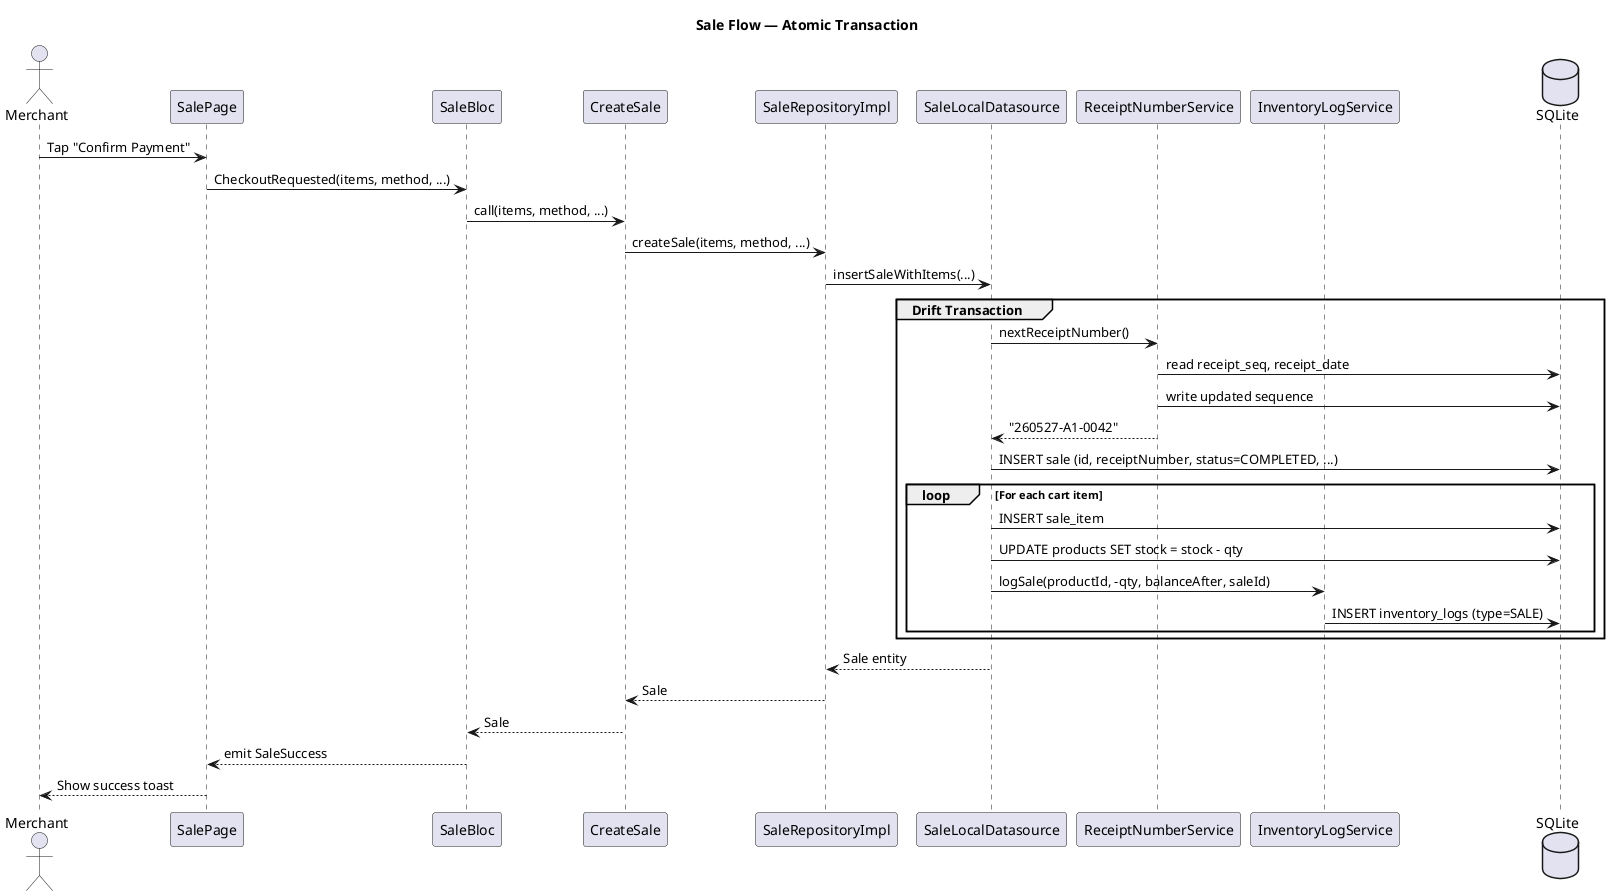
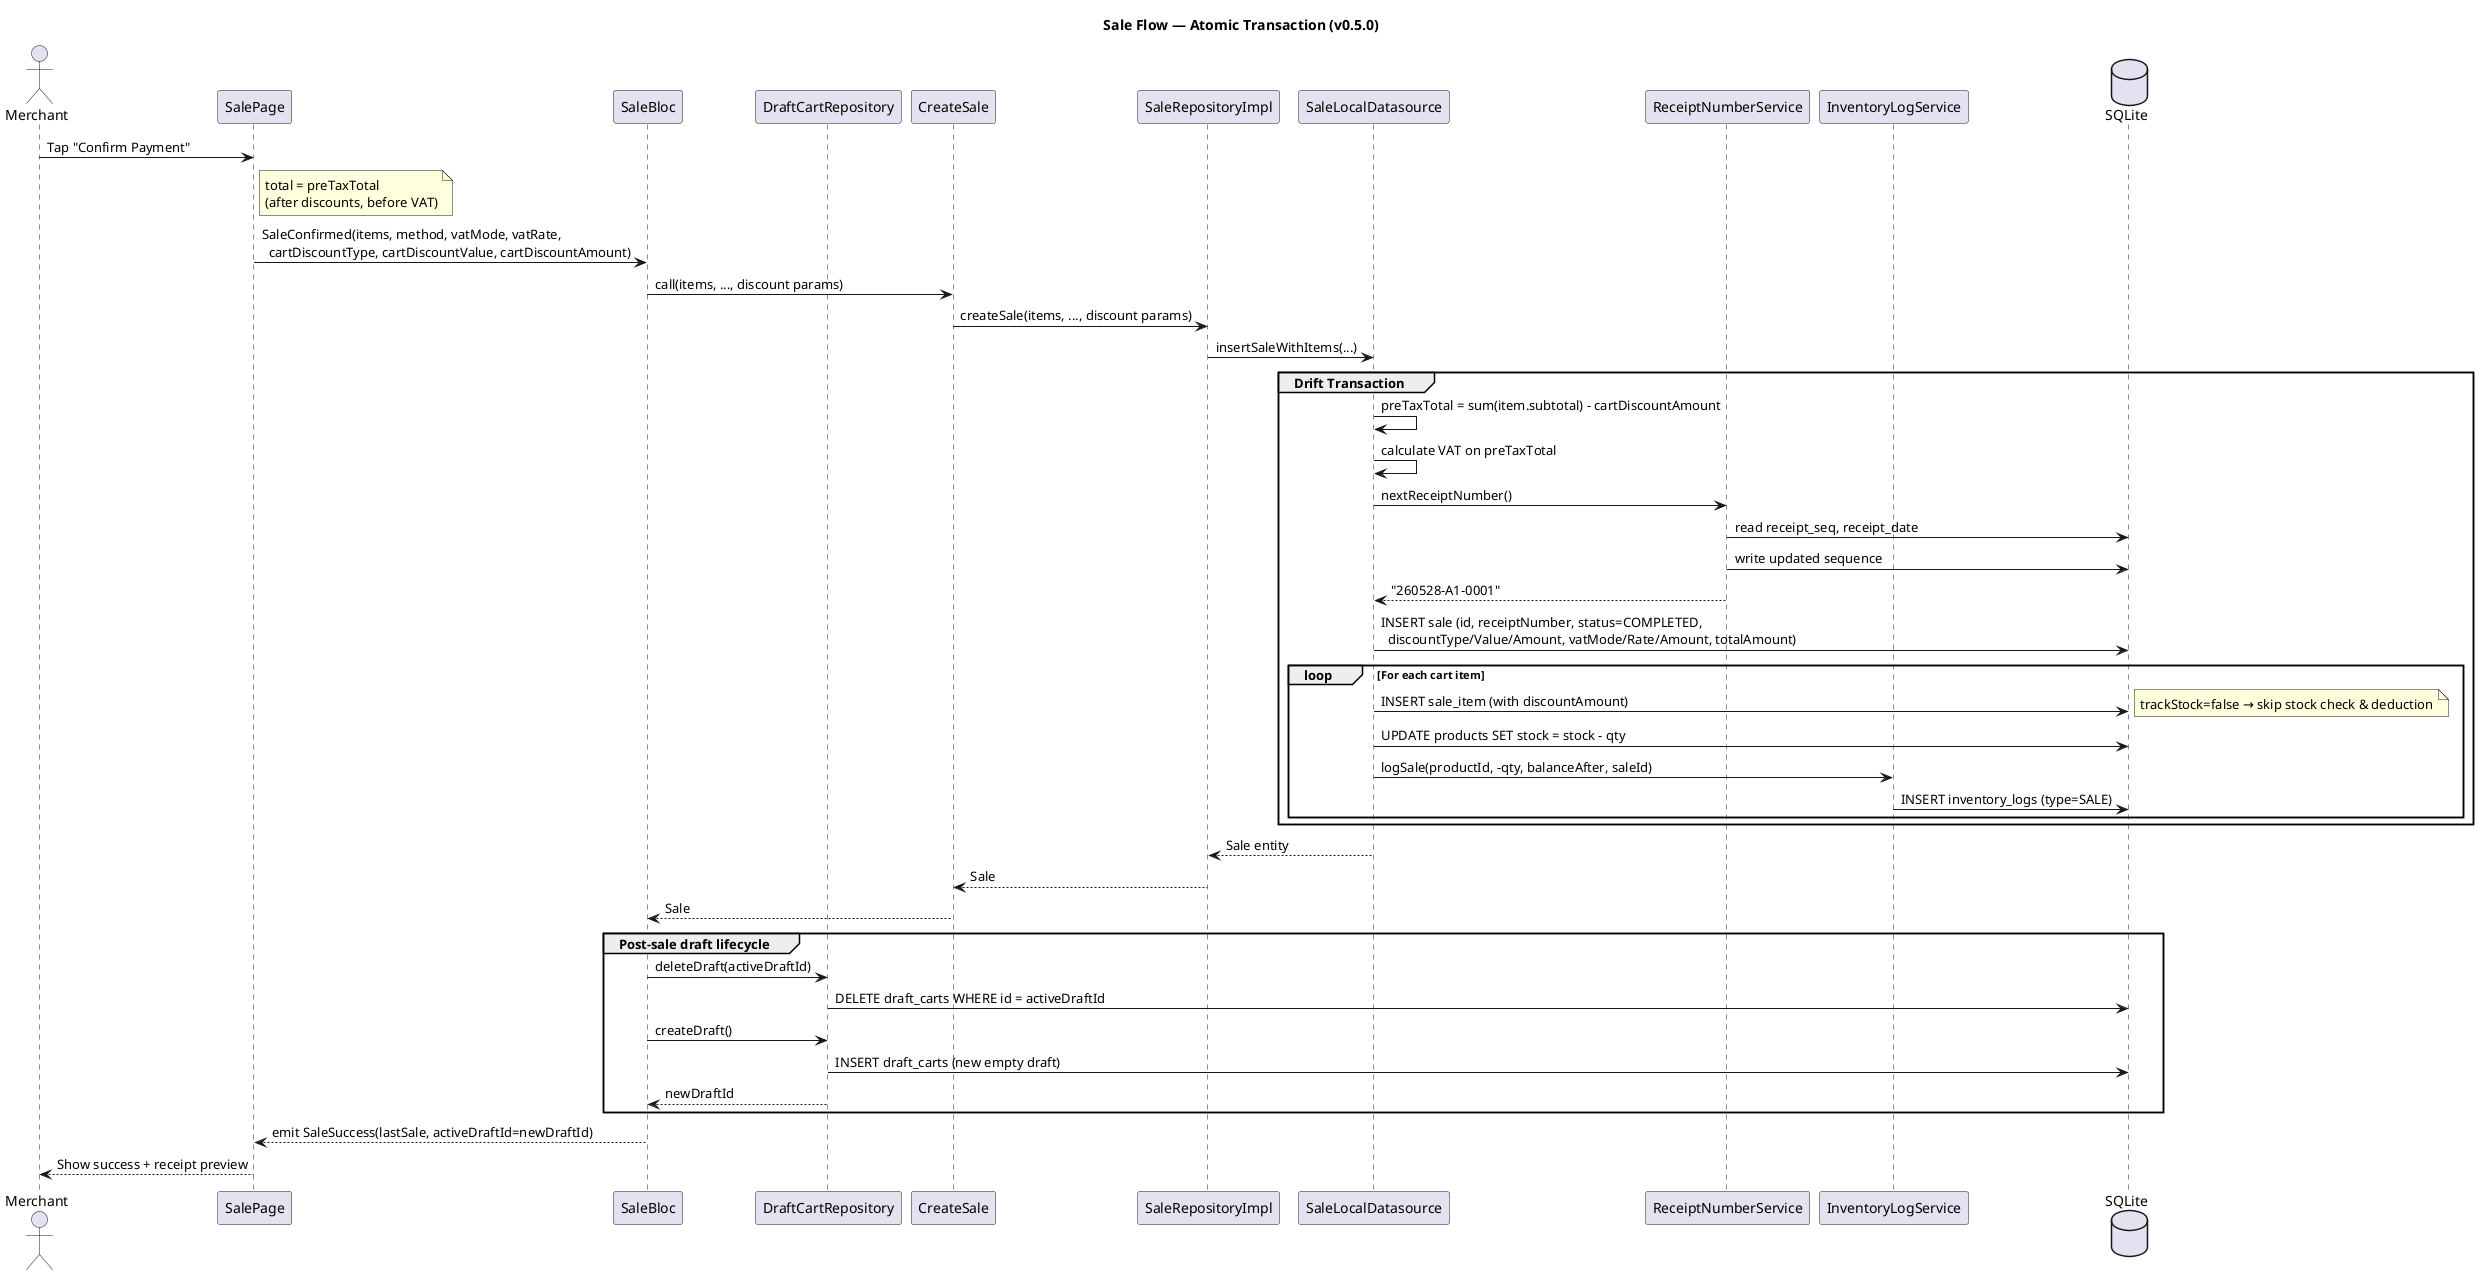
@startuml Sequence_Sale
- title Sale Flow — Atomic Transaction
+ title Sale Flow — Atomic Transaction (v0.5.0)

actor Merchant
participant "SalePage" as UI
participant "SaleBloc" as Bloc
+ participant "DraftCartRepository" as DraftRepo
participant "CreateSale" as UC
participant "SaleRepositoryImpl" as Repo
participant "SaleLocalDatasource" as DS
participant "ReceiptNumberService" as RNS
participant "InventoryLogService" as ILS
database "SQLite" as DB

Merchant -> UI: Tap "Confirm Payment"
- UI -> Bloc: CheckoutRequested(items, method, ...)
- Bloc -> UC: call(items, method, ...)
- UC -> Repo: createSale(items, method, ...)
+ note right of UI: total = preTaxTotal\n(after discounts, before VAT)
+ UI -> Bloc: SaleConfirmed(items, method, vatMode, vatRate,\n  cartDiscountType, cartDiscountValue, cartDiscountAmount)
+ Bloc -> UC: call(items, ..., discount params)
+ UC -> Repo: createSale(items, ..., discount params)
Repo -> DS: insertSaleWithItems(...)

group Drift Transaction
+     DS -> DS: preTaxTotal = sum(item.subtotal) - cartDiscountAmount
+     DS -> DS: calculate VAT on preTaxTotal
+ 
    DS -> RNS: nextReceiptNumber()
    RNS -> DB: read receipt_seq, receipt_date
    RNS -> DB: write updated sequence
-     RNS --> DS: "260527-A1-0042"
+     RNS --> DS: "260528-A1-0001"

-     DS -> DB: INSERT sale (id, receiptNumber, status=COMPLETED, ...)
+     DS -> DB: INSERT sale (id, receiptNumber, status=COMPLETED,\n  discountType/Value/Amount, vatMode/Rate/Amount, totalAmount)

    loop For each cart item
-         DS -> DB: INSERT sale_item
+         DS -> DB: INSERT sale_item (with discountAmount)
+         note right: trackStock=false → skip stock check & deduction
        DS -> DB: UPDATE products SET stock = stock - qty
        DS -> ILS: logSale(productId, -qty, balanceAfter, saleId)
        ILS -> DB: INSERT inventory_logs (type=SALE)
    end
end

DS --> Repo: Sale entity
Repo --> UC: Sale
UC --> Bloc: Sale
- Bloc --> UI: emit SaleSuccess
- UI --> Merchant: Show success toast
+ 
+ group Post-sale draft lifecycle
+     Bloc -> DraftRepo: deleteDraft(activeDraftId)
+     DraftRepo -> DB: DELETE draft_carts WHERE id = activeDraftId
+     Bloc -> DraftRepo: createDraft()
+     DraftRepo -> DB: INSERT draft_carts (new empty draft)
+     DraftRepo --> Bloc: newDraftId
+ end
+ 
+ Bloc --> UI: emit SaleSuccess(lastSale, activeDraftId=newDraftId)
+ UI --> Merchant: Show success + receipt preview

@enduml
